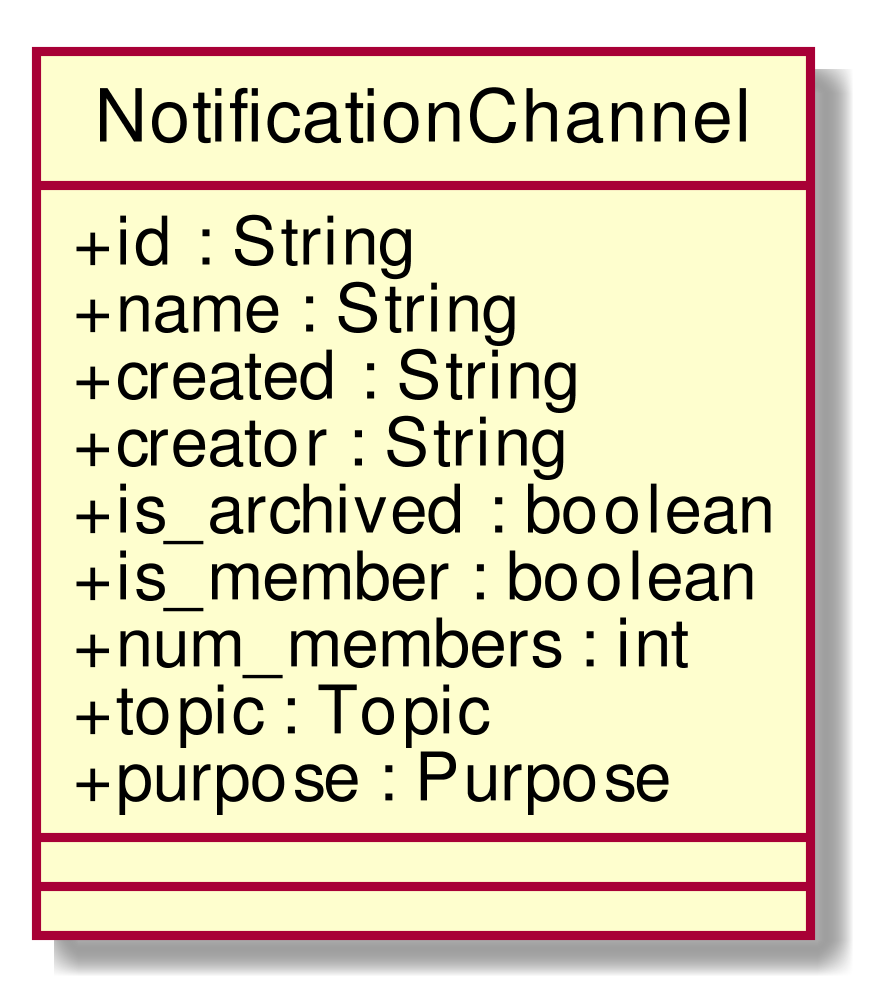
Earlier version of the PlantUML export RP/Esterni/DefinizioneDiProdotto/images/ClassNotificationChannel.png (CoCodeSWE/Docs).
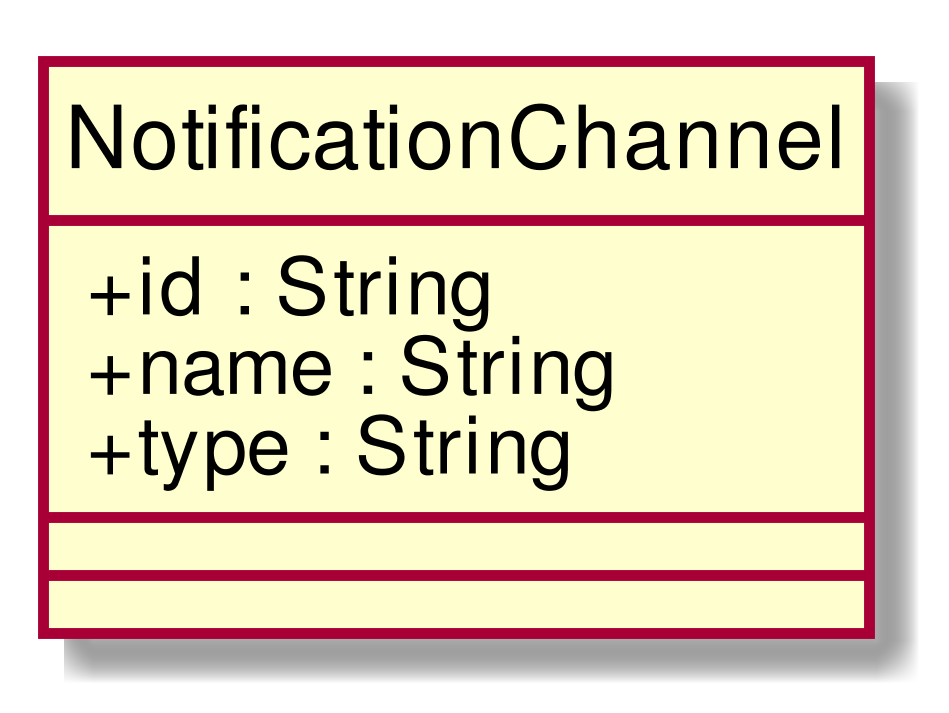
The same diagram one commit later.

Change to the diagram source:
```diff
@@ -4,13 +4,7 @@
 class NotificationChannel{
 + id : String
 + name : String
-+ created : String
-+ creator : String
-+ is_archived : boolean
-+ is_member : boolean
-+ num_members : int
-+ topic : Topic
-+ purpose : Purpose
++ type : String
 __
 __
 
```
